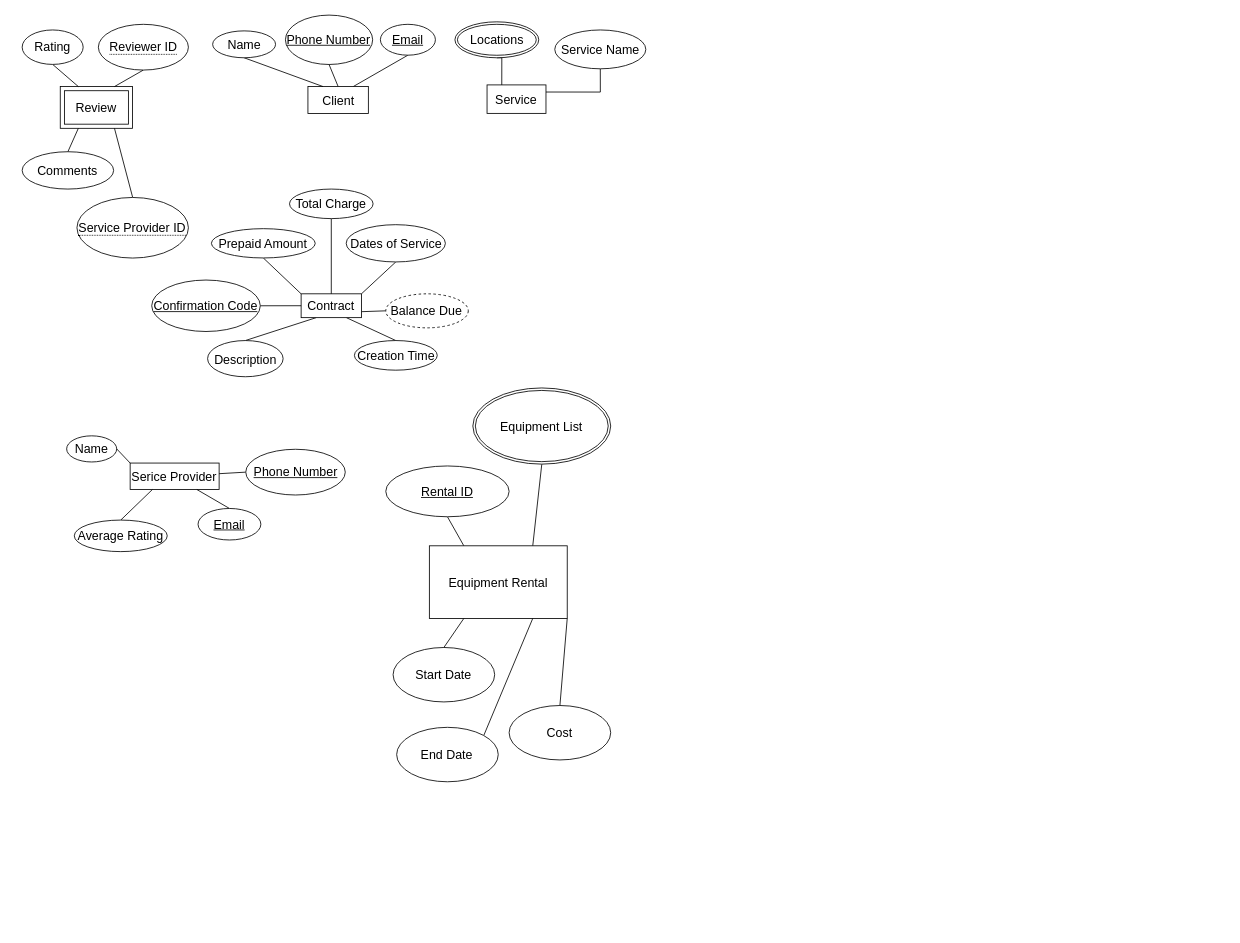
Earlier version of the draw.io diagram FINALmodel.drawio (Breadleaf/lab5-db). Source tidied: cells renumbered, new cells numbered last; positions are measured from the earlier drawing's top-left corner, leaving out a move shared by most shapes. Both pictures are drawn from the tidied source at 83%, with x=0, y=0 at pixel (14, 14).
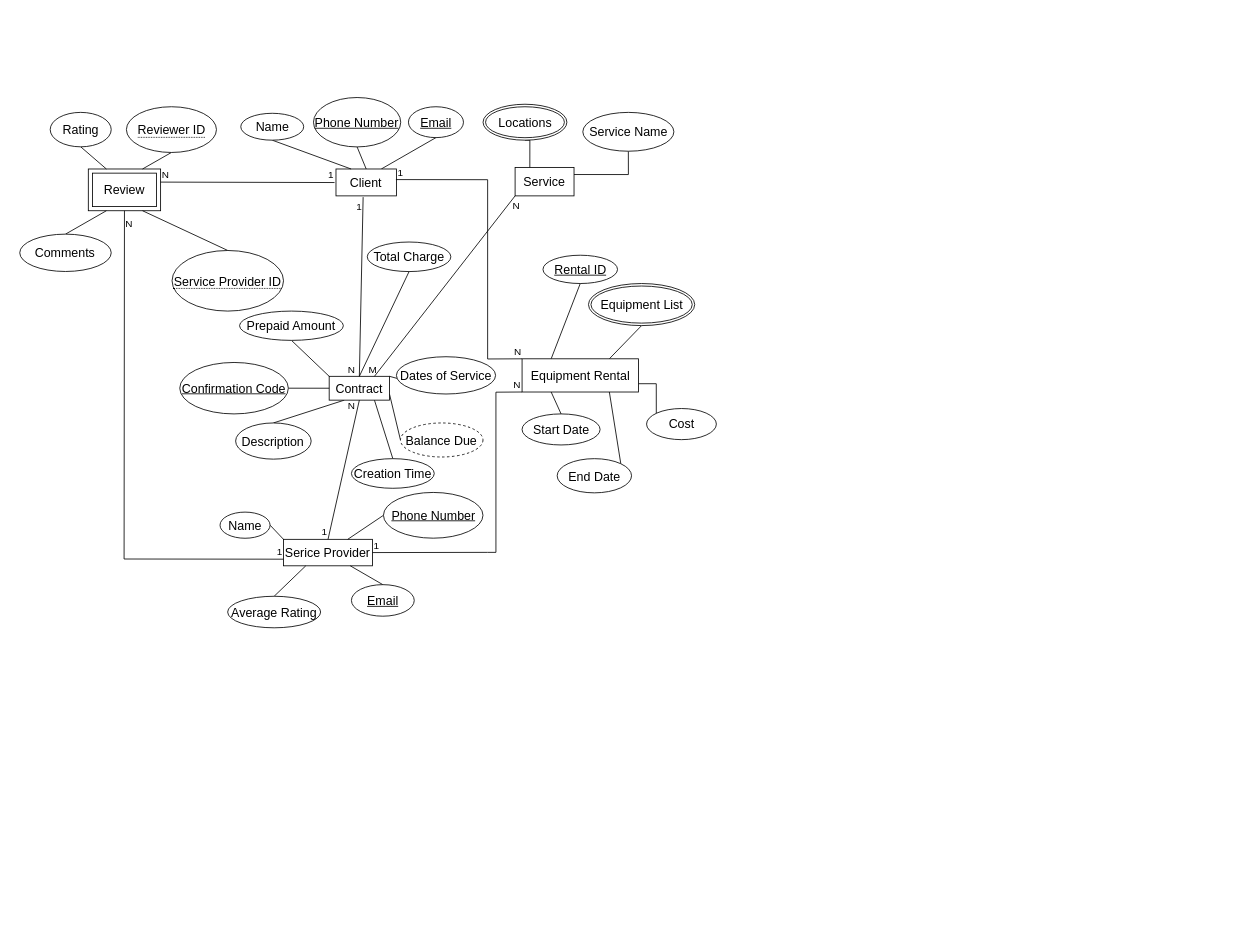
After the change.

The change refers to these unchanged cells:
```xml
<mxCell id="2" style="group;fontSize=15;" parent="1" vertex="1">
  <mxGeometry width="1460" height="1101.9" as="geometry" />
</mxCell>
```

Change to the diagram source:
```diff
@@
+    <mxCell id="58" value="Cost" style="ellipse;whiteSpace=wrap;html=1;fontSize=15;" parent="2" vertex="1">
+      <mxGeometry x="761.5" y="474.7" width="84.1" height="37.5" as="geometry" />
+    </mxCell>
@@
     <mxCell id="5" value="&lt;font style=&quot;font-size: 15px;&quot;&gt;Client&lt;/font&gt;" style="rounded=0;whiteSpace=wrap;html=1;fontSize=15;" parent="2" vertex="1">
-      <mxGeometry x="353.5" y="86.8" width="72.8" height="32.4" as="geometry" />
+      <mxGeometry x="387.3" y="186.1" width="72.8" height="32.4" as="geometry" />
     </mxCell>
@@
     <mxCell id="7" value="Name" style="ellipse;whiteSpace=wrap;html=1;fontSize=15;" parent="2" vertex="1">
-      <mxGeometry x="238.7" y="19.7" width="75.8" height="32.4" as="geometry" />
+      <mxGeometry x="272.6" y="119" width="75.8" height="32.4" as="geometry" />
     </mxCell>
     <mxCell id="8" value="&lt;u style=&quot;font-size: 15px;&quot;&gt;Phone Number&lt;/u&gt;" style="ellipse;whiteSpace=wrap;html=1;fontSize=15;" parent="2" vertex="1">
-      <mxGeometry x="326.4" y="0.7" width="105.1" height="59.5" as="geometry" />
+      <mxGeometry x="360.2" y="100" width="105.1" height="59.5" as="geometry" />
     </mxCell>
     <mxCell id="9" value="&lt;u style=&quot;font-size: 15px;&quot;&gt;Email&lt;/u&gt;" style="ellipse;whiteSpace=wrap;html=1;fontSize=15;" parent="2" vertex="1">
-      <mxGeometry x="440.8" y="11.8" width="66.3" height="37.2" as="geometry" />
+      <mxGeometry x="474.6" y="111.1" width="66.3" height="37.2" as="geometry" />
     </mxCell>
     <mxCell id="10" value="Serice Provider" style="rounded=0;whiteSpace=wrap;html=1;fontSize=15;" parent="2" vertex="1">
-      <mxGeometry x="139.3" y="540.4" width="107.2" height="31.9" as="geometry" />
+      <mxGeometry x="324.1" y="632.3" width="107.2" height="31.9" as="geometry" />
     </mxCell>
@@
     <mxCell id="12" value="Name" style="ellipse;whiteSpace=wrap;html=1;fontSize=15;" parent="2" vertex="1">
-      <mxGeometry x="62.8" y="507.6" width="60.3" height="31.5" as="geometry" />
+      <mxGeometry x="247.6" y="599.5" width="60.3" height="31.5" as="geometry" />
     </mxCell>
@@
     <mxCell id="14" value="&lt;u style=&quot;font-size: 15px;&quot;&gt;Email&lt;/u&gt;" style="ellipse;whiteSpace=wrap;html=1;fontSize=15;" parent="2" vertex="1">
-      <mxGeometry x="221.1" y="595.1" width="75.7" height="38" as="geometry" />
+      <mxGeometry x="405.9" y="686.9" width="75.7" height="38" as="geometry" />
     </mxCell>
@@
     <mxCell id="16" value="&lt;u style=&quot;font-size: 15px;&quot;&gt;Phone Number&lt;/u&gt;" style="ellipse;whiteSpace=wrap;html=1;fontSize=15;" parent="2" vertex="1">
-      <mxGeometry x="278.6" y="523.8" width="119.9" height="55.1" as="geometry" />
+      <mxGeometry x="444.5" y="575.8" width="119.9" height="55.1" as="geometry" />
     </mxCell>
@@
     <mxCell id="18" value="Average Rating" style="ellipse;whiteSpace=wrap;html=1;fontSize=15;" parent="2" vertex="1">
-      <mxGeometry x="72" y="609.1" width="112" height="38" as="geometry" />
+      <mxGeometry x="256.8" y="700.9" width="112" height="38" as="geometry" />
     </mxCell>
@@
     <mxCell id="22" value="Contract" style="rounded=0;whiteSpace=wrap;html=1;fontSize=15;" parent="2" vertex="1">
-      <mxGeometry x="345.3" y="336.5" width="72.7" height="28.7" as="geometry" />
+      <mxGeometry x="379.1" y="435.9" width="72.7" height="28.7" as="geometry" />
     </mxCell>
     <mxCell id="23" value="Creation Time" style="ellipse;whiteSpace=wrap;html=1;fontSize=15;" parent="2" vertex="1">
-      <mxGeometry x="409.5" y="392.8" width="99.8" height="35.7" as="geometry" />
+      <mxGeometry x="405.9" y="535.1" width="99.8" height="35.7" as="geometry" />
     </mxCell>
     <mxCell id="24" value="Description" style="ellipse;whiteSpace=wrap;html=1;fontSize=15;" parent="2" vertex="1">
-      <mxGeometry x="232.6" y="392.8" width="91" height="43.6" as="geometry" />
+      <mxGeometry x="266.4" y="492.1" width="91" height="43.6" as="geometry" />
     </mxCell>
-    <mxCell id="25" style="edgeStyle=none;html=1;exitX=0.5;exitY=1;exitDx=0;exitDy=0;entryX=1;entryY=0;entryDx=0;entryDy=0;fontSize=15;endArrow=none;endFill=0;" parent="2" edge="1" source="26" target="22">
+    <mxCell id="25" style="edgeStyle=none;html=1;exitX=0.005;exitY=0.58;exitDx=0;exitDy=0;entryX=1;entryY=0;entryDx=0;entryDy=0;fontSize=15;endArrow=none;endFill=0;exitPerimeter=0;" parent="2" edge="1" source="26" target="22">
       <mxGeometry relative="1" as="geometry" />
     </mxCell>
     <mxCell id="26" value="Dates of Service" style="ellipse;whiteSpace=wrap;html=1;fontSize=15;" parent="2" vertex="1">
-      <mxGeometry x="399.6" y="253.2" width="119.5" height="44.9" as="geometry" />
+      <mxGeometry x="460.1" y="412.3" width="119.5" height="44.9" as="geometry" />
     </mxCell>
@@
     <mxCell id="28" value="Total Charge" style="ellipse;whiteSpace=wrap;html=1;fontSize=15;" parent="2" vertex="1">
-      <mxGeometry x="331.3" y="210.3" width="100.7" height="35.6" as="geometry" />
+      <mxGeometry x="425" y="274.1" width="100.7" height="35.6" as="geometry" />
     </mxCell>
@@
     <mxCell id="30" value="Prepaid Amount" style="ellipse;whiteSpace=wrap;html=1;fontSize=15;" parent="2" vertex="1">
-      <mxGeometry x="237.2" y="258" width="125.1" height="35.3" as="geometry" />
+      <mxGeometry x="271.1" y="357.3" width="125.1" height="35.3" as="geometry" />
     </mxCell>
     <mxCell id="31" value="Balance Due" style="ellipse;whiteSpace=wrap;html=1;align=center;dashed=1;fontSize=15;" parent="2" vertex="1">
-      <mxGeometry x="447.3" y="336.5" width="99.4" height="41" as="geometry" />
+      <mxGeometry x="465" y="492.1" width="99.4" height="41" as="geometry" />
     </mxCell>
@@
     <mxCell id="33" value="Confirmation Code" style="ellipse;whiteSpace=wrap;html=1;align=center;fontStyle=4;fontSize=15;" parent="2" vertex="1">
-      <mxGeometry x="165.3" y="319.9" width="130.8" height="62" as="geometry" />
+      <mxGeometry x="199.1" y="419.2" width="130.8" height="62" as="geometry" />
     </mxCell>
@@
     <mxCell id="35" value="Service" style="rounded=0;whiteSpace=wrap;html=1;fontSize=15;" parent="2" vertex="1">
-      <mxGeometry x="569.3" y="84.8" width="71" height="34.3" as="geometry" />
+      <mxGeometry x="603.1" y="184.2" width="71" height="34.3" as="geometry" />
     </mxCell>
     <mxCell id="36" value="Service Name" style="ellipse;whiteSpace=wrap;html=1;fontSize=15;" parent="2" vertex="1">
-      <mxGeometry x="650.9" y="18.6" width="109.7" height="46.8" as="geometry" />
+      <mxGeometry x="684.7" y="117.9" width="109.7" height="46.8" as="geometry" />
     </mxCell>
@@
     <mxCell id="38" value="Locations" style="ellipse;shape=doubleEllipse;margin=3;whiteSpace=wrap;html=1;align=center;fontSize=15;" parent="2" vertex="1">
-      <mxGeometry x="530.6" y="8.8" width="101" height="43.3" as="geometry" />
+      <mxGeometry x="564.5" y="108.1" width="101" height="43.3" as="geometry" />
     </mxCell>
     <mxCell id="39" value="Review" style="shape=ext;margin=3;double=1;whiteSpace=wrap;html=1;align=center;fontSize=15;" parent="2" vertex="1">
-      <mxGeometry x="55.1" y="86.8" width="87.1" height="50.3" as="geometry" />
+      <mxGeometry x="88.9" y="186.1" width="87.1" height="50.3" as="geometry" />
     </mxCell>
@@
     <mxCell id="41" value="&lt;span style=&quot;border-bottom: 1px dotted; font-size: 15px;&quot;&gt;&lt;font style=&quot;font-size: 15px;&quot;&gt;Reviewer ID&lt;/font&gt;&lt;/span&gt;" style="ellipse;whiteSpace=wrap;html=1;align=center;fontSize=15;" parent="2" vertex="1">
-      <mxGeometry x="101" y="11.8" width="108.5" height="55.1" as="geometry" />
+      <mxGeometry x="134.8" y="111.1" width="108.5" height="55.1" as="geometry" />
     </mxCell>
@@
     <mxCell id="43" value="&lt;span style=&quot;border-bottom: 1px dotted; font-size: 15px;&quot;&gt;Service Provider ID&lt;/span&gt;" style="ellipse;whiteSpace=wrap;html=1;align=center;fontSize=15;" parent="2" vertex="1">
-      <mxGeometry x="75.2" y="220.4" width="134.3" height="73" as="geometry" />
+      <mxGeometry x="189.8" y="284.3" width="134.3" height="73" as="geometry" />
     </mxCell>
@@
     <mxCell id="45" value="Rating" style="ellipse;whiteSpace=wrap;html=1;fontSize=15;" parent="2" vertex="1">
-      <mxGeometry x="9.2" y="18.6" width="73.5" height="41.5" as="geometry" />
+      <mxGeometry x="43" y="117.9" width="73.5" height="41.5" as="geometry" />
     </mxCell>
@@
     <mxCell id="47" value="Comments" style="ellipse;whiteSpace=wrap;html=1;fontSize=15;" parent="2" vertex="1">
-      <mxGeometry x="9.2" y="165.3" width="110.2" height="45" as="geometry" />
+      <mxGeometry x="6.3" y="264.6" width="110.2" height="45" as="geometry" />
     </mxCell>
@@
+    <mxCell id="61" style="edgeStyle=orthogonalEdgeStyle;rounded=0;jettySize=auto;html=1;exitX=1;exitY=0.75;exitDx=0;exitDy=0;entryX=0;entryY=0;entryDx=0;entryDy=0;endArrow=none;endFill=0;" parent="2" edge="1" source="50" target="58">
+      <mxGeometry relative="1" as="geometry" />
+    </mxCell>
     <mxCell id="50" value="Equipment Rental" style="rounded=0;whiteSpace=wrap;html=1;fontSize=15;" parent="2" vertex="1">
-      <mxGeometry x="499.8" y="640.1" width="166.1" height="87.5" as="geometry" />
+      <mxGeometry x="611.5" y="414.8" width="140.2" height="40" as="geometry" />
     </mxCell>
     <mxCell id="51" value="Rental ID" style="ellipse;whiteSpace=wrap;html=1;align=center;fontStyle=4;fontSize=15;" parent="2" vertex="1">
-      <mxGeometry x="447.3" y="543.9" width="148.6" height="61.2" as="geometry" />
+      <mxGeometry x="636.7" y="290" width="89.8" height="34.1" as="geometry" />
     </mxCell>
     <mxCell id="52" value="Equipment List" style="ellipse;shape=doubleEllipse;margin=3;whiteSpace=wrap;html=1;align=center;fontSize=15;" parent="2" vertex="1">
-      <mxGeometry x="552.2" y="449.9" width="166.1" height="91.8" as="geometry" />
+      <mxGeometry x="691.5" y="324.1" width="128" height="50.7" as="geometry" />
     </mxCell>
@@
     <mxCell id="54" value="Start Date" style="ellipse;whiteSpace=wrap;html=1;fontSize=15;" parent="2" vertex="1">
-      <mxGeometry x="456.1" y="762.6" width="122.4" height="65.6" as="geometry" />
+      <mxGeometry x="611.5" y="481.2" width="94" height="37.4" as="geometry" />
     </mxCell>
@@
     <mxCell id="56" value="&lt;div&gt;End Date&lt;/div&gt;" style="ellipse;whiteSpace=wrap;html=1;fontSize=15;" parent="2" vertex="1">
-      <mxGeometry x="460.4" y="858.8" width="122.4" height="65.6" as="geometry" />
+      <mxGeometry x="653.8" y="535.1" width="89.6" height="41.2" as="geometry" />
     </mxCell>
-    <mxCell id="57" style="edgeStyle=none;html=1;exitX=0.5;exitY=0;exitDx=0;exitDy=0;entryX=1;entryY=1;entryDx=0;entryDy=0;fontSize=15;endArrow=none;endFill=0;" parent="2" edge="1" source="58" target="50">
-      <mxGeometry relative="1" as="geometry" />
-    </mxCell>
-    <mxCell id="58" value="Cost" style="ellipse;whiteSpace=wrap;html=1;fontSize=15;" parent="2" vertex="1">
-      <mxGeometry x="595.9" y="832.5" width="122.4" height="65.6" as="geometry" />
-    </mxCell>
-    <mxCell id="59" value="&amp;nbsp;" style="text;whiteSpace=wrap;html=1;" parent="1" vertex="1">
-      <mxGeometry x="410" y="340" width="40" height="40" as="geometry" />
+    <mxCell id="59" value="&amp;nbsp;" style="text;whiteSpace=wrap;html=1;" parent="2" vertex="1">
+      <mxGeometry x="443.8" y="439.3" width="40" height="40" as="geometry" />
     </mxCell>
-    <mxCell id="60" value="&amp;nbsp;" style="text;whiteSpace=wrap;html=1;" parent="1" vertex="1">
-      <mxGeometry x="210" y="630" width="40" height="40" as="geometry" />
+    <mxCell id="60" value="&amp;nbsp;" style="text;whiteSpace=wrap;html=1;" parent="2" vertex="1">
+      <mxGeometry x="243.8" y="729.3" width="40" height="40" as="geometry" />
     </mxCell>
+    <mxCell id="62" style="endArrow=none;html=1;rounded=0;exitX=0.5;exitY=0;exitDx=0;exitDy=0;" parent="2" edge="1" source="22">
+      <mxGeometry relative="1" as="geometry">
+        <mxPoint x="420" y="220" as="targetPoint" />
+      </mxGeometry>
+    </mxCell>
+    <mxCell id="63" value="N" style="html=1;whiteSpace=wrap;align=left;verticalAlign=bottom;" parent="62" vertex="1">
+      <mxGeometry x="-1" relative="1" as="geometry">
+        <mxPoint x="-15" as="offset" />
+      </mxGeometry>
+    </mxCell>
+    <mxCell id="64" value="1" style="html=1;whiteSpace=wrap;align=right;verticalAlign=bottom;" parent="62" vertex="1">
+      <mxGeometry x="1" relative="1" as="geometry">
+        <mxPoint y="20" as="offset" />
+      </mxGeometry>
+    </mxCell>
+    <mxCell id="65" style="endArrow=none;html=1;rounded=0;exitX=0.5;exitY=1;exitDx=0;exitDy=0;entryX=0.5;entryY=0;entryDx=0;entryDy=0;" parent="2" edge="1" source="22" target="10">
+      <mxGeometry relative="1" as="geometry" />
+    </mxCell>
+    <mxCell id="66" value="N" style="html=1;whiteSpace=wrap;align=left;verticalAlign=bottom;" parent="65" vertex="1">
+      <mxGeometry x="-1" relative="1" as="geometry">
+        <mxPoint x="-15" y="15" as="offset" />
+      </mxGeometry>
+    </mxCell>
+    <mxCell id="67" value="1" style="html=1;whiteSpace=wrap;align=right;verticalAlign=bottom;" parent="65" vertex="1">
+      <mxGeometry x="1" relative="1" as="geometry" />
+    </mxCell>
+    <mxCell id="68" style="endArrow=none;html=1;rounded=0;exitX=1;exitY=0.5;exitDx=0;exitDy=0;entryX=0;entryY=1;entryDx=0;entryDy=0;" parent="2" edge="1" source="10" target="50">
+      <mxGeometry relative="1" as="geometry">
+        <Array as="points">
+          <mxPoint x="570" y="648" />
+          <mxPoint x="580" y="648" />
+          <mxPoint x="580" y="455" />
+        </Array>
+      </mxGeometry>
+    </mxCell>
+    <mxCell id="69" value="1" style="html=1;whiteSpace=wrap;align=left;verticalAlign=bottom;" parent="68" vertex="1">
+      <mxGeometry x="-1" relative="1" as="geometry" />
+    </mxCell>
+    <mxCell id="70" value="N" style="html=1;whiteSpace=wrap;align=right;verticalAlign=bottom;" parent="68" vertex="1">
+      <mxGeometry x="1" relative="1" as="geometry" />
+    </mxCell>
+    <mxCell id="71" style="endArrow=none;html=1;rounded=0;exitX=0.992;exitY=0.394;exitDx=0;exitDy=0;exitPerimeter=0;" parent="2" edge="1" source="5">
+      <mxGeometry relative="1" as="geometry">
+        <mxPoint x="611.5" y="414.8" as="targetPoint" />
+        <Array as="points">
+          <mxPoint x="570" y="199" />
+          <mxPoint x="570" y="415" />
+        </Array>
+      </mxGeometry>
+    </mxCell>
+    <mxCell id="72" value="1" style="html=1;whiteSpace=wrap;align=left;verticalAlign=bottom;" parent="71" vertex="1">
+      <mxGeometry x="-1" relative="1" as="geometry" />
+    </mxCell>
+    <mxCell id="73" value="N" style="html=1;whiteSpace=wrap;align=right;verticalAlign=bottom;" parent="71" vertex="1">
+      <mxGeometry x="1" relative="1" as="geometry" />
+    </mxCell>
+    <mxCell id="74" style="endArrow=none;html=1;rounded=0;entryX=-0.024;entryY=0.504;entryDx=0;entryDy=0;entryPerimeter=0;" parent="2" edge="1" target="5">
+      <mxGeometry relative="1" as="geometry">
+        <mxPoint x="176" y="201.9" as="sourcePoint" />
+      </mxGeometry>
+    </mxCell>
+    <mxCell id="75" value="N" style="html=1;whiteSpace=wrap;align=left;verticalAlign=bottom;" parent="74" vertex="1">
+      <mxGeometry x="-1" relative="1" as="geometry" />
+    </mxCell>
+    <mxCell id="76" value="1" style="html=1;whiteSpace=wrap;align=right;verticalAlign=bottom;" parent="74" vertex="1">
+      <mxGeometry x="1" relative="1" as="geometry" />
+    </mxCell>
+    <mxCell id="77" style="endArrow=none;html=1;rounded=0;exitX=0.5;exitY=1;exitDx=0;exitDy=0;entryX=0;entryY=0.75;entryDx=0;entryDy=0;" parent="2" edge="1" source="39" target="10">
+      <mxGeometry relative="1" as="geometry">
+        <Array as="points">
+          <mxPoint x="132" y="656" />
+        </Array>
+      </mxGeometry>
+    </mxCell>
+    <mxCell id="78" value="N" style="html=1;whiteSpace=wrap;align=left;verticalAlign=bottom;" parent="77" vertex="1">
+      <mxGeometry x="-1" relative="1" as="geometry">
+        <mxPoint y="24" as="offset" />
+      </mxGeometry>
+    </mxCell>
+    <mxCell id="79" value="1" style="html=1;whiteSpace=wrap;align=right;verticalAlign=bottom;" parent="77" vertex="1">
+      <mxGeometry x="1" relative="1" as="geometry" />
+    </mxCell>
+    <mxCell id="80" style="endArrow=none;html=1;rounded=0;exitX=0.75;exitY=0;exitDx=0;exitDy=0;entryX=0;entryY=1;entryDx=0;entryDy=0;" parent="2" edge="1" source="22" target="35">
+      <mxGeometry relative="1" as="geometry" />
+    </mxCell>
+    <mxCell id="81" value="M" style="html=1;whiteSpace=wrap;align=left;verticalAlign=bottom;" parent="80" vertex="1">
+      <mxGeometry x="-1" relative="1" as="geometry">
+        <mxPoint x="-9" as="offset" />
+      </mxGeometry>
+    </mxCell>
+    <mxCell id="82" value="N" style="html=1;whiteSpace=wrap;align=right;verticalAlign=bottom;" parent="80" vertex="1">
+      <mxGeometry x="1" relative="1" as="geometry">
+        <mxPoint x="7" y="21" as="offset" />
+      </mxGeometry>
+    </mxCell>
+    <mxCell id="83" value="&amp;nbsp;" style="text;whiteSpace=wrap;html=1;" parent="1" vertex="1">
+      <mxGeometry x="100" y="550" width="40" height="40" as="geometry" />
+    </mxCell>
```
